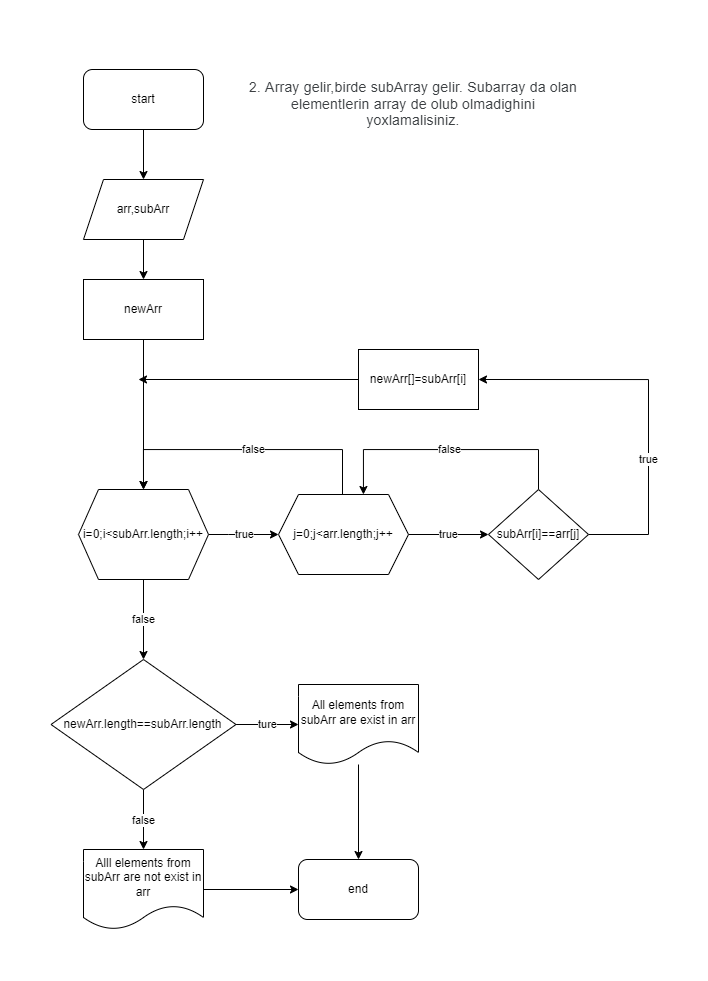
GulchinTaghizade/Homework keeps this draw.io diagram as BigONotationArray/Task2.png. Above is the earlier version. Source tidied: cells renumbered, new cells last; positions are measured from the earlier drawing's top-left corner, leaving out a move shared by most shapes.
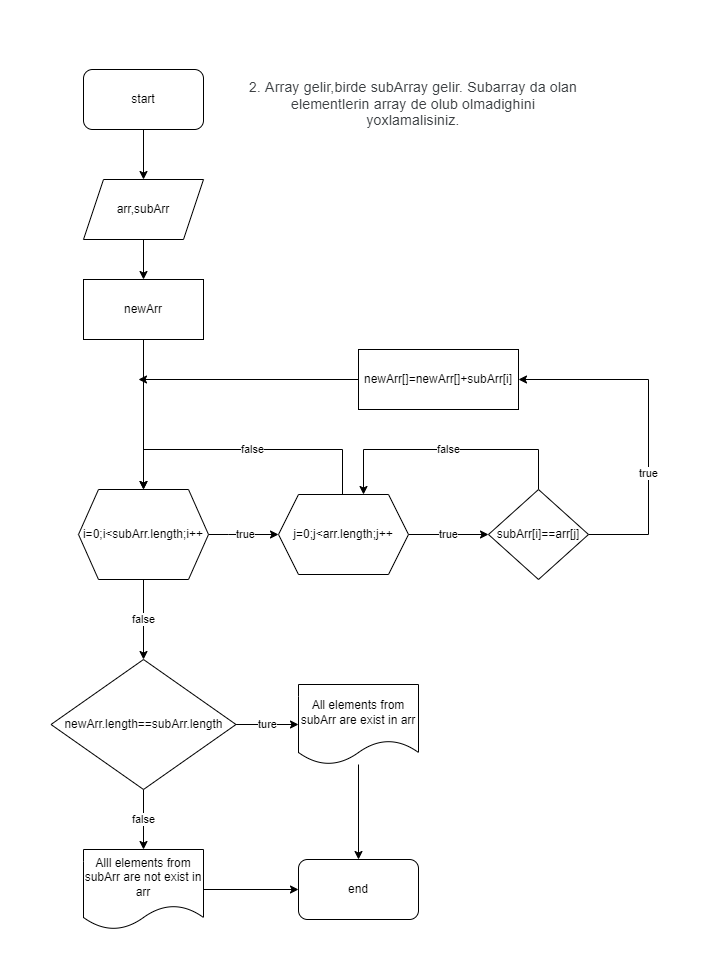
The same diagram one commit later.

Change to the diagram source:
```diff
@@ -79,8 +79,8 @@
         <mxPoint x="88" y="310" as="targetPoint" />
       </mxGeometry>
     </mxCell>
-    <mxCell id="20" value="newArr[]=subArr[i]" style="rounded=0;whiteSpace=wrap;html=1;" parent="1" vertex="1">
-      <mxGeometry x="308" y="280" width="120" height="60" as="geometry" />
+    <mxCell id="20" value="newArr[]=newArr[]+subArr[i]" style="rounded=0;whiteSpace=wrap;html=1;" parent="1" vertex="1">
+      <mxGeometry x="308" y="280" width="160" height="60" as="geometry" />
     </mxCell>
     <mxCell id="21" value="false" style="edgeStyle=orthogonalEdgeStyle;rounded=0;jettySize=auto;html=1;" parent="1" edge="1" source="23" target="25">
       <mxGeometry relative="1" as="geometry" />
```
